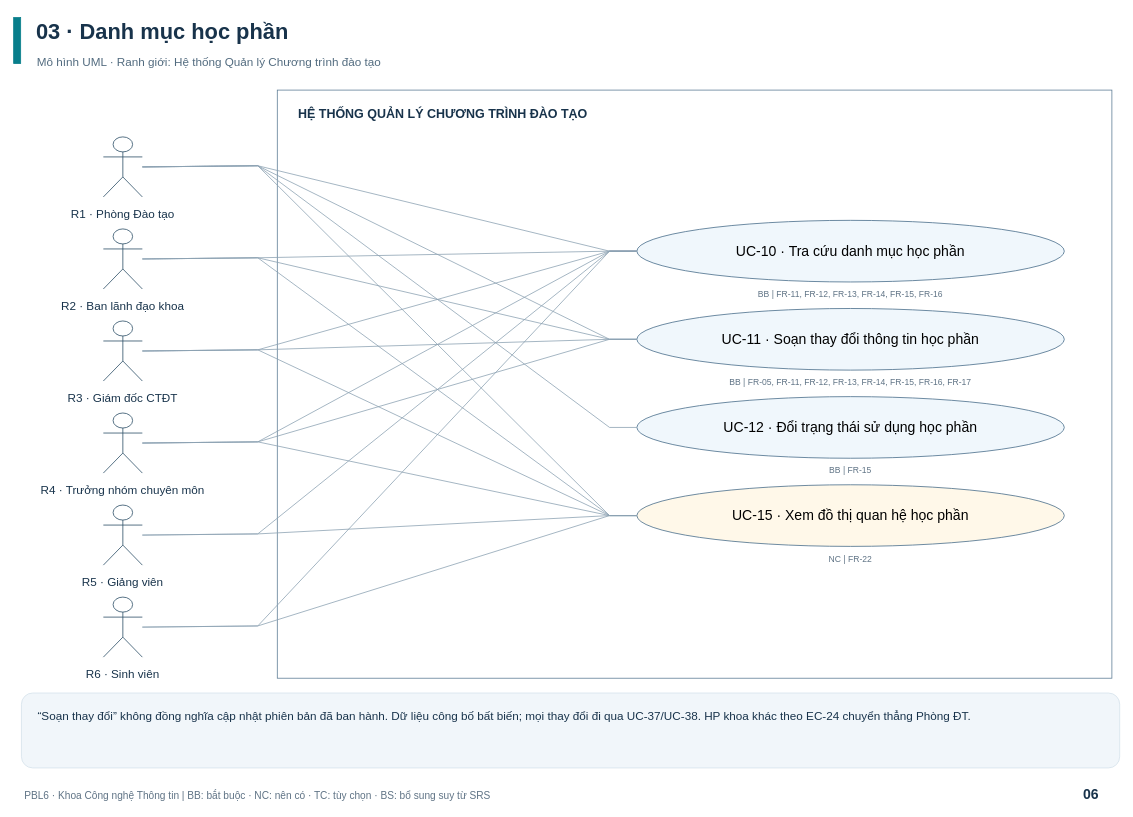
Above: page "03 · Danh mục học phần" (6 of 29) of docs/Bo_so_do_Use_Case_CTDT/So_do_Use_Case_Quan_ly_CTDT.drawio in 4UT15T1Ck/curriculum-management (draw.io), before the change. Source tidied: cells renumbered, new cells numbered last; positions are measured from the earlier drawing's top-left corner, leaving out a move shared by most shapes. Both pictures are drawn from the tidied source at 78%, with x=0, y=0 at pixel (13, 13).
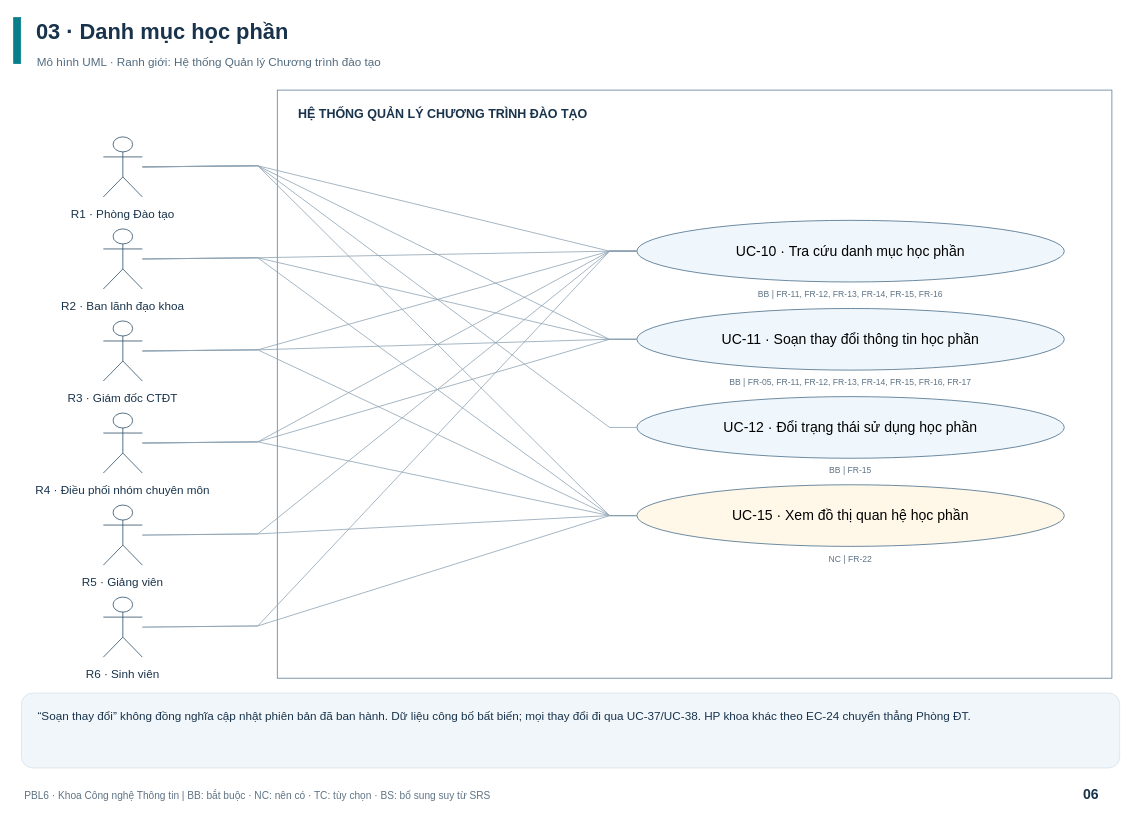
The same diagram, later.

The edit, as a diff of the source:
```diff
@@
-    <mxCell id="16" value="R4 · Trưởng nhóm chuyên môn" style="text;html=0;whiteSpace=wrap;align=center;verticalAlign=top;fontFamily=Helvetica;fontSize=15;fontColor=#18334B;fontStyle=0;strokeColor=none;fillColor=none;" parent="1" vertex="1">
+    <mxCell id="16" value="R4 · Điều phối nhóm chuyên môn" style="text;html=0;whiteSpace=wrap;align=center;verticalAlign=top;fontFamily=Helvetica;fontSize=15;fontColor=#18334B;fontStyle=0;strokeColor=none;fillColor=none;" parent="1" vertex="1">
       <mxGeometry x="1" y="595" width="278" height="63" as="geometry" />
     </mxCell>
```
